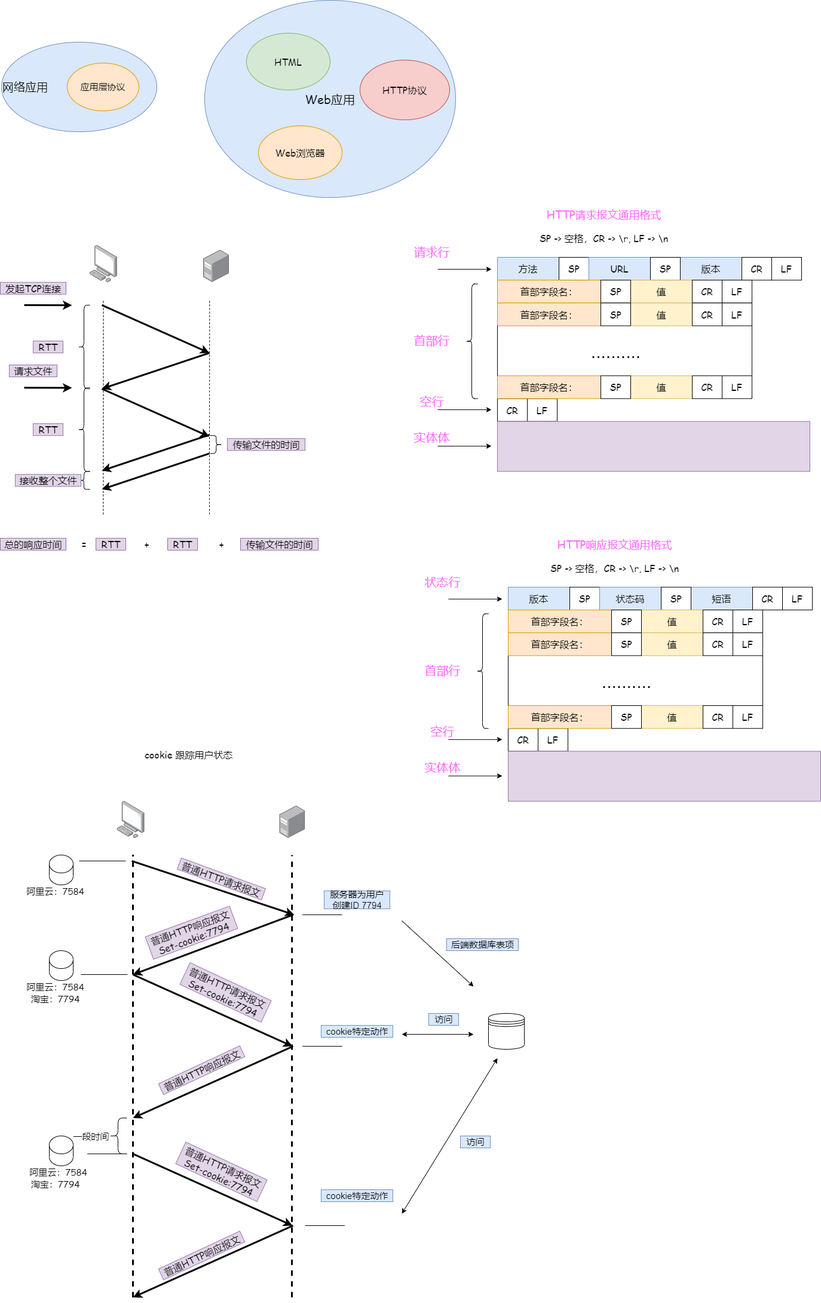
This is computer_network/应用层1.png from suchuhong/knowledgeImage, a draw.io export, as it was before one commit. Source tidied: cells renumbered, new cells last; positions are measured from the earlier drawing's top-left corner, leaving out a move shared by most shapes.
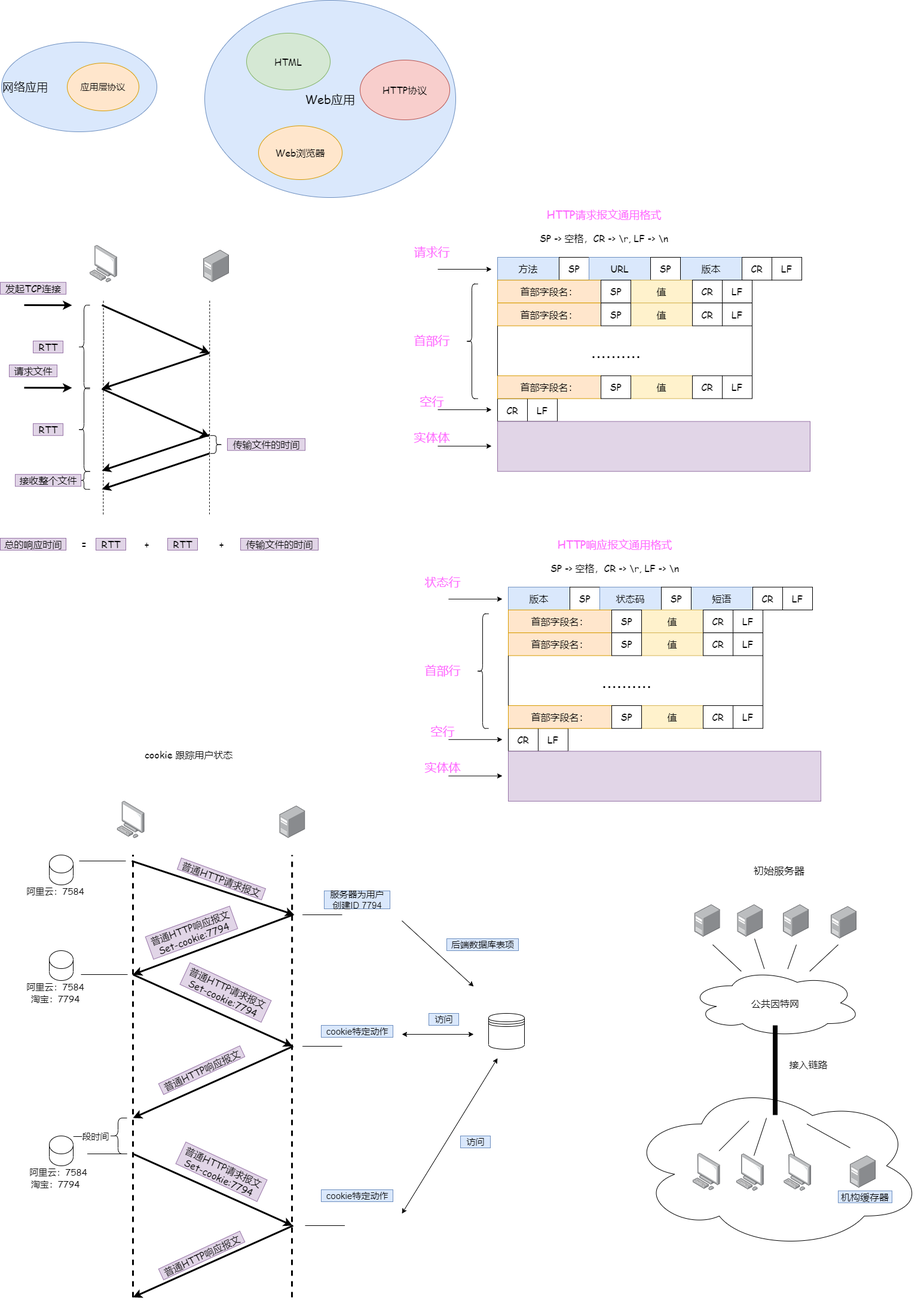
The same diagram one commit later.

Commit message:
更新应用层1.png

Diff of the diagram source:
```diff
@@ -561,5 +561,94 @@
     <mxCell id="154" value="&lt;span style=&quot;font-size: 15px&quot;&gt;访问&lt;/span&gt;" style="text;html=1;align=center;verticalAlign=middle;fillColor=#dae8fc;strokeColor=#6c8ebf;" parent="1" vertex="1">
       <mxGeometry x="770" y="1900" width="50" height="20" as="geometry" />
     </mxCell>
+    <mxCell id="155" style="html=1;align=center;shadow=0;dashed=0;image;image=img/lib/allied_telesis/computer_and_terminals/Server_Desktop.svg;" parent="1" vertex="1">
+      <mxGeometry x="1161.7" y="1513" width="42.6" height="54" as="geometry" />
+    </mxCell>
+    <mxCell id="156" style="html=1;align=center;shadow=0;dashed=0;image;image=img/lib/allied_telesis/computer_and_terminals/Server_Desktop.svg;" parent="1" vertex="1">
+      <mxGeometry x="1233.4" y="1513" width="42.6" height="54" as="geometry" />
+    </mxCell>
+    <mxCell id="157" style="html=1;align=center;shadow=0;dashed=0;image;image=img/lib/allied_telesis/computer_and_terminals/Server_Desktop.svg;" parent="1" vertex="1">
+      <mxGeometry x="1310" y="1513" width="42.6" height="54" as="geometry" />
+    </mxCell>
+    <mxCell id="158" style="html=1;align=center;shadow=0;dashed=0;image;image=img/lib/allied_telesis/computer_and_terminals/Server_Desktop.svg;" parent="1" vertex="1">
+      <mxGeometry x="1390" y="1516" width="42.6" height="54" as="geometry" />
+    </mxCell>
+    <mxCell id="159" value="&lt;font style=&quot;font-size: 16px&quot; face=&quot;Comic Sans MS&quot;&gt;公共因特网&lt;/font&gt;" style="ellipse;shape=cloud;whiteSpace=wrap;html=1;" parent="1" vertex="1">
+      <mxGeometry x="1152" y="1620" width="290" height="115" as="geometry" />
+    </mxCell>
+    <mxCell id="160" value="&lt;p&gt;&lt;font face=&quot;Comic Sans MS&quot; style=&quot;font-size: 17px&quot;&gt;初始服务器&lt;/font&gt;&lt;/p&gt;" style="text;html=1;align=center;verticalAlign=middle;" parent="1" vertex="1">
+      <mxGeometry x="1252.6" y="1430" width="100" height="50" as="geometry" />
+    </mxCell>
+    <mxCell id="161" style="endArrow=none;html=1;strokeWidth=1;" parent="1" edge="1" source="159">
+      <mxGeometry relative="1" as="geometry">
+        <mxPoint x="1192" y="1580" as="targetPoint" />
+      </mxGeometry>
+    </mxCell>
+    <mxCell id="162" style="endArrow=none;html=1;strokeWidth=1;" parent="1" edge="1" source="159">
+      <mxGeometry relative="1" as="geometry">
+        <mxPoint x="1262" y="1570" as="targetPoint" />
+      </mxGeometry>
+    </mxCell>
+    <mxCell id="163" style="endArrow=none;html=1;strokeWidth=1;" parent="1" edge="1" source="159">
+      <mxGeometry relative="1" as="geometry">
+        <mxPoint x="1332" y="1580" as="targetPoint" />
+      </mxGeometry>
+    </mxCell>
+    <mxCell id="164" style="endArrow=none;html=1;strokeWidth=1;" parent="1" edge="1" source="159">
+      <mxGeometry relative="1" as="geometry">
+        <mxPoint x="1402" y="1580" as="targetPoint" />
+      </mxGeometry>
+    </mxCell>
+    <mxCell id="165" style="ellipse;shape=cloud;whiteSpace=wrap;html=1;" parent="1" vertex="1">
+      <mxGeometry x="1049.5" y="1810" width="495" height="280" as="geometry" />
+    </mxCell>
+    <mxCell id="166" style="endArrow=none;html=1;strokeWidth=8;" parent="1" edge="1">
+      <mxGeometry relative="1" as="geometry">
+        <mxPoint x="1296.5" y="1865" as="sourcePoint" />
+        <mxPoint x="1296.5" y="1715" as="targetPoint" />
+      </mxGeometry>
+    </mxCell>
+    <mxCell id="167" value="&lt;font style=&quot;font-size: 16px&quot; face=&quot;Comic Sans MS&quot;&gt;接入链路&lt;/font&gt;" style="text;html=1;align=center;verticalAlign=middle;" parent="1" vertex="1">
+      <mxGeometry x="1312" y="1770" width="80" height="20" as="geometry" />
+    </mxCell>
+    <mxCell id="168" style="html=1;align=center;shadow=0;dashed=0;image;image=img/lib/allied_telesis/computer_and_terminals/Personal_Computer.svg;rounded=1;" parent="1" vertex="1">
+      <mxGeometry x="1158.7" y="1929.1" width="45.6" height="61.8" as="geometry" />
+    </mxCell>
+    <mxCell id="169" style="html=1;align=center;shadow=0;dashed=0;image;image=img/lib/allied_telesis/computer_and_terminals/Personal_Computer.svg;rounded=1;" parent="1" vertex="1">
+      <mxGeometry x="1231.9" y="1930" width="45.6" height="61.8" as="geometry" />
+    </mxCell>
+    <mxCell id="170" style="html=1;align=center;shadow=0;dashed=0;image;image=img/lib/allied_telesis/computer_and_terminals/Personal_Computer.svg;rounded=1;" parent="1" vertex="1">
+      <mxGeometry x="1311.2" y="1930" width="45.6" height="61.8" as="geometry" />
+    </mxCell>
+    <mxCell id="171" style="html=1;align=center;shadow=0;dashed=0;image;image=img/lib/allied_telesis/computer_and_terminals/Server_Desktop.svg;" parent="1" vertex="1">
+      <mxGeometry x="1422" y="1933" width="42.6" height="54" as="geometry" />
+    </mxCell>
+    <mxCell id="172" value="&lt;font style=&quot;font-size: 16px&quot; face=&quot;Comic Sans MS&quot;&gt;机构缓存器&lt;/font&gt;" style="text;html=1;strokeColor=#6c8ebf;fillColor=#dae8fc;align=center;verticalAlign=middle;whiteSpace=wrap;rounded=0;" parent="1" vertex="1">
+      <mxGeometry x="1402" y="1991.8" width="90" height="20" as="geometry" />
+    </mxCell>
+    <mxCell id="173" style="endArrow=none;html=1;strokeWidth=1;" parent="1" edge="1">
+      <mxGeometry relative="1" as="geometry">
+        <mxPoint x="1202.6" y="1925" as="sourcePoint" />
+        <mxPoint x="1252.6" y="1875" as="targetPoint" />
+      </mxGeometry>
+    </mxCell>
+    <mxCell id="174" style="endArrow=none;html=1;strokeWidth=1;" parent="1" edge="1">
+      <mxGeometry relative="1" as="geometry">
+        <mxPoint x="1261" y="1933" as="sourcePoint" />
+        <mxPoint x="1282" y="1870" as="targetPoint" />
+      </mxGeometry>
+    </mxCell>
+    <mxCell id="175" style="endArrow=none;html=1;strokeWidth=1;" parent="1" edge="1">
+      <mxGeometry relative="1" as="geometry">
+        <mxPoint x="1329" y="1933" as="sourcePoint" />
+        <mxPoint x="1309" y="1873" as="targetPoint" />
+      </mxGeometry>
+    </mxCell>
+    <mxCell id="176" style="endArrow=none;html=1;strokeWidth=1;" parent="1" edge="1">
+      <mxGeometry relative="1" as="geometry">
+        <mxPoint x="1422" y="1920" as="sourcePoint" />
+        <mxPoint x="1349.5" y="1880" as="targetPoint" />
+      </mxGeometry>
+    </mxCell>
   </root>
 </mxGraphModel>
```
